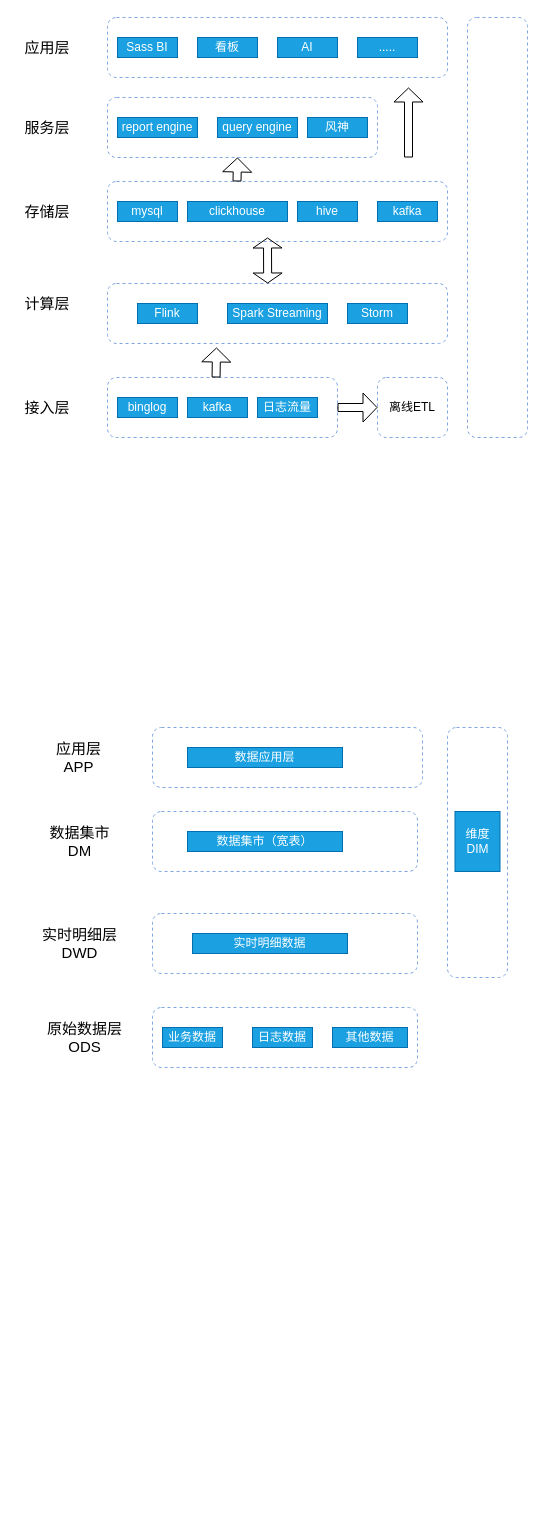
Above: realtime_data_warehouse.drawio in cicelprg/drawio (draw.io), before the change. Source tidied: cells renumbered, new cells numbered last; positions are measured from the earlier drawing's top-left corner, leaving out a move shared by most shapes. Both pictures are drawn from the tidied source at 100%, with x=0, y=0 at pixel (17, 17).
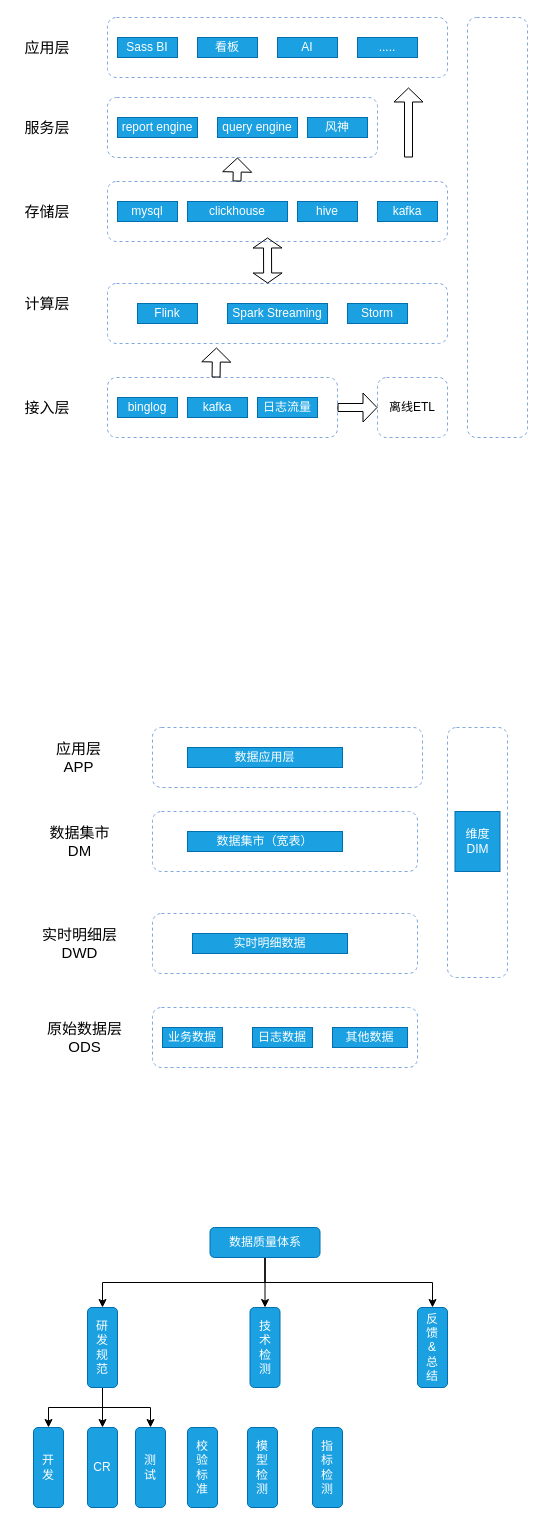
Above is the later version.

The edit, as a diff of the source:
```diff
@@
+    <mxCell id="52" style="edgeStyle=orthogonalEdgeStyle;rounded=0;jettySize=auto;html=1;exitX=0.5;exitY=1;exitDx=0;exitDy=0;entryX=0.5;entryY=0;entryDx=0;entryDy=0;" parent="1" edge="1" source="55" target="59">
+      <mxGeometry relative="1" as="geometry" />
+    </mxCell>
+    <mxCell id="53" style="edgeStyle=orthogonalEdgeStyle;rounded=0;jettySize=auto;html=1;exitX=0.5;exitY=1;exitDx=0;exitDy=0;entryX=0.5;entryY=0;entryDx=0;entryDy=0;" parent="1" edge="1" source="55" target="60">
+      <mxGeometry relative="1" as="geometry" />
+    </mxCell>
+    <mxCell id="54" style="edgeStyle=orthogonalEdgeStyle;rounded=0;jettySize=auto;html=1;exitX=0.5;exitY=1;exitDx=0;exitDy=0;entryX=0.5;entryY=0;entryDx=0;entryDy=0;" parent="1" edge="1" source="55" target="61">
+      <mxGeometry relative="1" as="geometry" />
+    </mxCell>
+    <mxCell id="55" value="数据质量体系" style="rounded=1;whiteSpace=wrap;html=1;fillColor=#1ba1e2;strokeColor=#006EAF;fontColor=#ffffff;" parent="1" vertex="1">
+      <mxGeometry x="192.5" y="1210" width="110" height="30" as="geometry" />
+    </mxCell>
+    <mxCell id="56" style="edgeStyle=orthogonalEdgeStyle;rounded=0;jettySize=auto;html=1;exitX=0.5;exitY=1;exitDx=0;exitDy=0;entryX=0.5;entryY=0;entryDx=0;entryDy=0;" parent="1" edge="1" source="59" target="65">
+      <mxGeometry relative="1" as="geometry" />
+    </mxCell>
+    <mxCell id="57" style="edgeStyle=orthogonalEdgeStyle;rounded=0;jettySize=auto;html=1;exitX=0.5;exitY=1;exitDx=0;exitDy=0;entryX=0.5;entryY=0;entryDx=0;entryDy=0;" parent="1" edge="1" source="59" target="66">
+      <mxGeometry relative="1" as="geometry" />
+    </mxCell>
+    <mxCell id="58" style="edgeStyle=orthogonalEdgeStyle;rounded=0;jettySize=auto;html=1;exitX=0.5;exitY=1;exitDx=0;exitDy=0;" parent="1" edge="1" source="59" target="67">
+      <mxGeometry relative="1" as="geometry" />
+    </mxCell>
+    <mxCell id="59" value="研&lt;br&gt;发&lt;br&gt;规&lt;br&gt;范" style="rounded=1;whiteSpace=wrap;html=1;fillColor=#1ba1e2;strokeColor=#006EAF;fontColor=#ffffff;" parent="1" vertex="1">
+      <mxGeometry x="70" y="1290" width="30" height="80" as="geometry" />
+    </mxCell>
+    <mxCell id="60" value="技&lt;br&gt;术&lt;br&gt;检&lt;br&gt;测" style="rounded=1;whiteSpace=wrap;html=1;fillColor=#1ba1e2;strokeColor=#006EAF;fontColor=#ffffff;" parent="1" vertex="1">
+      <mxGeometry x="232.5" y="1290" width="30" height="80" as="geometry" />
+    </mxCell>
+    <mxCell id="61" value="反&lt;br&gt;馈&lt;br&gt;&amp;amp;&lt;br&gt;总&lt;br&gt;结" style="rounded=1;whiteSpace=wrap;html=1;fillColor=#1ba1e2;strokeColor=#006EAF;fontColor=#ffffff;" parent="1" vertex="1">
+      <mxGeometry x="400" y="1290" width="30" height="80" as="geometry" />
+    </mxCell>
+    <mxCell id="62" value="模&lt;br&gt;型&lt;br&gt;检&lt;br&gt;测" style="rounded=1;whiteSpace=wrap;html=1;fillColor=#1ba1e2;strokeColor=#006EAF;fontColor=#ffffff;" parent="1" vertex="1">
+      <mxGeometry x="230" y="1410" width="30" height="80" as="geometry" />
+    </mxCell>
+    <mxCell id="63" value="校&lt;br&gt;验&lt;br&gt;标&lt;br&gt;准" style="rounded=1;whiteSpace=wrap;html=1;fillColor=#1ba1e2;strokeColor=#006EAF;fontColor=#ffffff;" parent="1" vertex="1">
+      <mxGeometry x="170" y="1410" width="30" height="80" as="geometry" />
+    </mxCell>
+    <mxCell id="64" value="指&lt;br&gt;标&lt;br&gt;检&lt;br&gt;测" style="rounded=1;whiteSpace=wrap;html=1;fillColor=#1ba1e2;strokeColor=#006EAF;fontColor=#ffffff;" parent="1" vertex="1">
+      <mxGeometry x="295" y="1410" width="30" height="80" as="geometry" />
+    </mxCell>
+    <mxCell id="65" value="开&lt;br&gt;发" style="rounded=1;whiteSpace=wrap;html=1;fillColor=#1ba1e2;strokeColor=#006EAF;fontColor=#ffffff;" parent="1" vertex="1">
+      <mxGeometry x="16" y="1410" width="30" height="80" as="geometry" />
+    </mxCell>
+    <mxCell id="66" value="CR" style="rounded=1;whiteSpace=wrap;html=1;fillColor=#1ba1e2;strokeColor=#006EAF;fontColor=#ffffff;" parent="1" vertex="1">
+      <mxGeometry x="70" y="1410" width="30" height="80" as="geometry" />
+    </mxCell>
+    <mxCell id="67" value="测&lt;br&gt;试" style="rounded=1;whiteSpace=wrap;html=1;fillColor=#1ba1e2;strokeColor=#006EAF;fontColor=#ffffff;" parent="1" vertex="1">
+      <mxGeometry x="118" y="1410" width="30" height="80" as="geometry" />
+    </mxCell>
```
